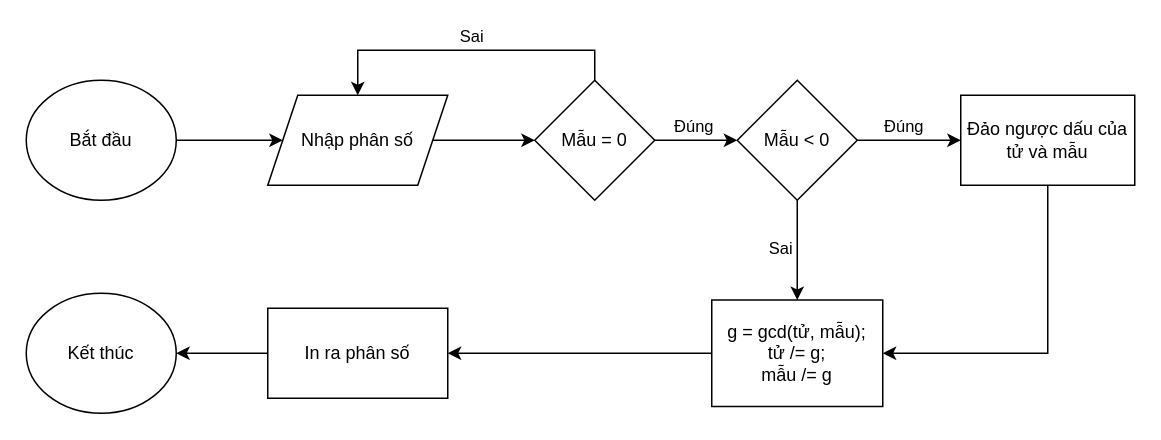
This is FlowChart1.drawio from miscitaofvh/IT002.Report.Lab1, a draw.io file, before an edit. Source tidied: cells renumbered, new cells numbered last; positions are measured from the earlier drawing's top-left corner, leaving out a move shared by most shapes. Both pictures are drawn from the tidied source at 150%, with x=0, y=0 at pixel (26, 80).
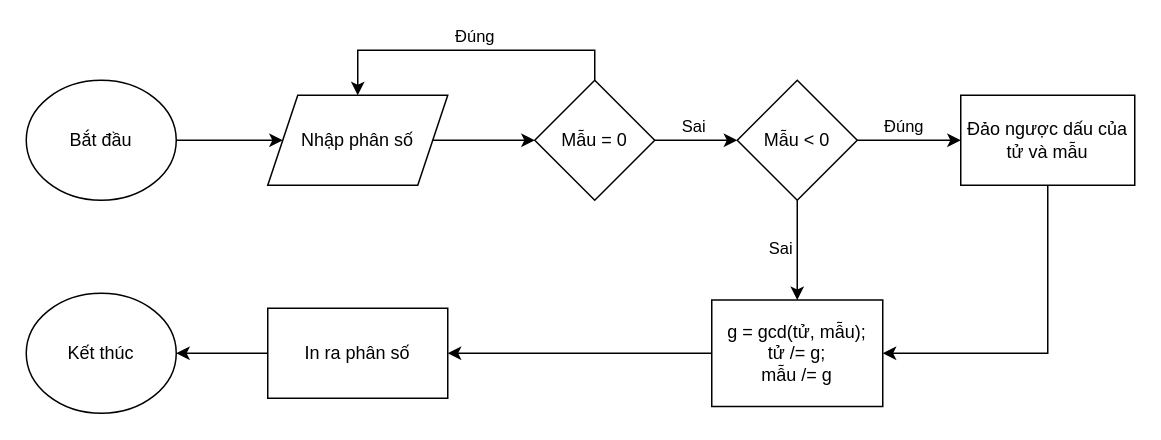
The same page after the edit.

The change refers to these unchanged cells:
```xml
<mxCell id="6" style="edgeStyle=orthogonalEdgeStyle;rounded=0;jettySize=auto;html=1;exitX=0.5;exitY=0;exitDx=0;exitDy=0;entryX=0.5;entryY=0;entryDx=0;entryDy=0;" parent="1" edge="1" source="10" target="5">
  <mxGeometry relative="1" as="geometry" />
</mxCell>
<mxCell id="8" style="edgeStyle=orthogonalEdgeStyle;rounded=0;jettySize=auto;html=1;" parent="1" edge="1" source="10" target="15">
  <mxGeometry relative="1" as="geometry" />
</mxCell>
```

Diff of the diagram source:
```diff
@@
-    <mxCell id="7" value="Sai" style="edgeLabel;html=1;align=center;verticalAlign=middle;" parent="6" vertex="1">
+    <mxCell id="7" value="Đúng" style="edgeLabel;html=1;align=center;verticalAlign=middle;" parent="6" vertex="1">
       <mxGeometry x="-0.01" y="-8" relative="1" as="geometry">
-        <mxPoint y="-2" as="offset" />
+        <mxPoint x="2" y="-2" as="offset" />
       </mxGeometry>
     </mxCell>
@@
-    <mxCell id="9" value="Đúng" style="edgeLabel;html=1;align=center;verticalAlign=middle;" parent="8" vertex="1">
+    <mxCell id="9" value="Sai" style="edgeLabel;html=1;align=center;verticalAlign=middle;" parent="8" vertex="1">
       <mxGeometry x="-0.09" y="4" relative="1" as="geometry">
         <mxPoint y="-6" as="offset" />
       </mxGeometry>
     </mxCell>
```
